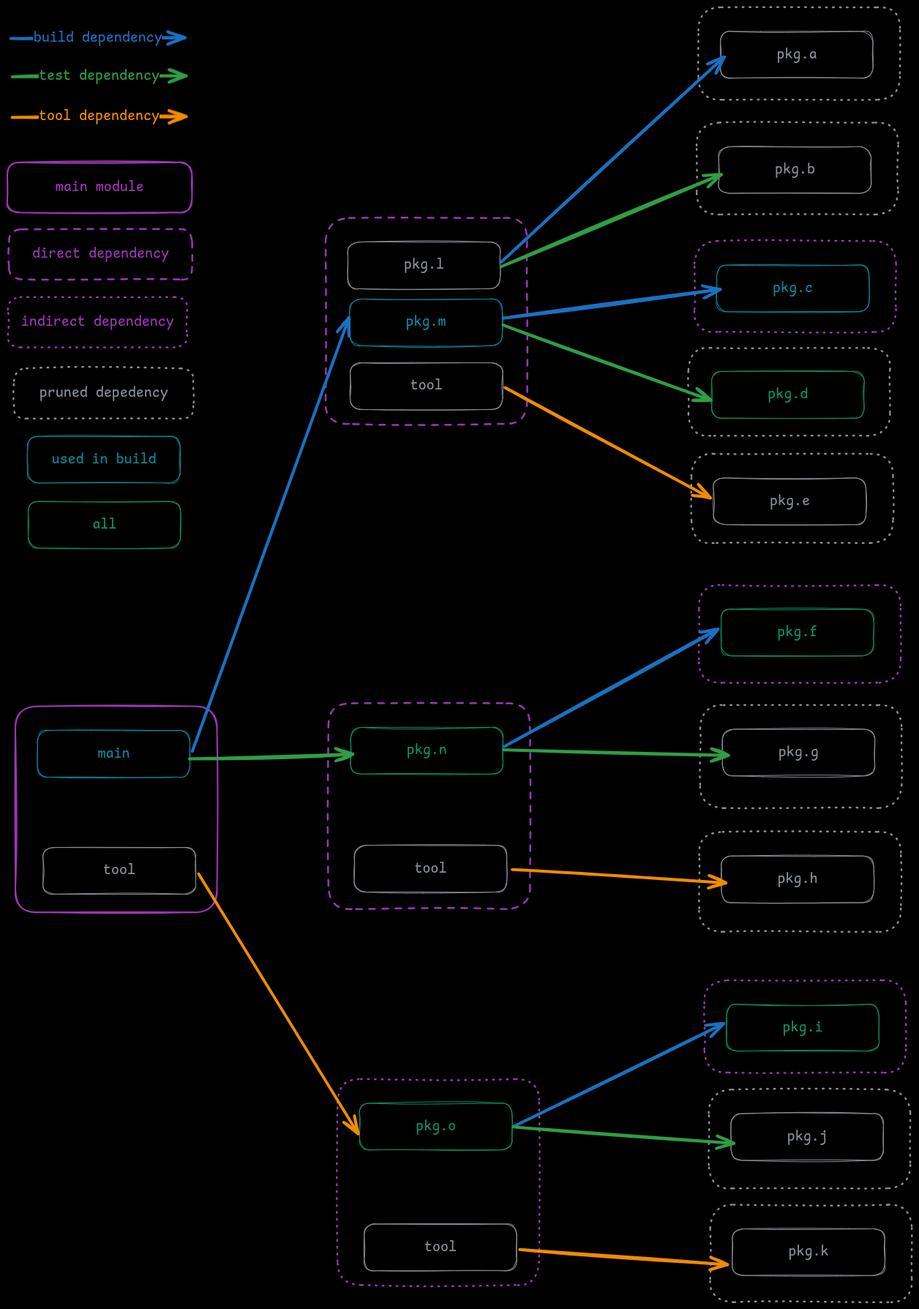
Earlier version of the Excalidraw export _web/seankhliao.com/src/static/pruned-module-graph.png (seankhliao/mono). Source tidied: one line per element, renumbered; positions are measured from the earlier drawing's top-left corner, leaving out a move shared by most shapes.
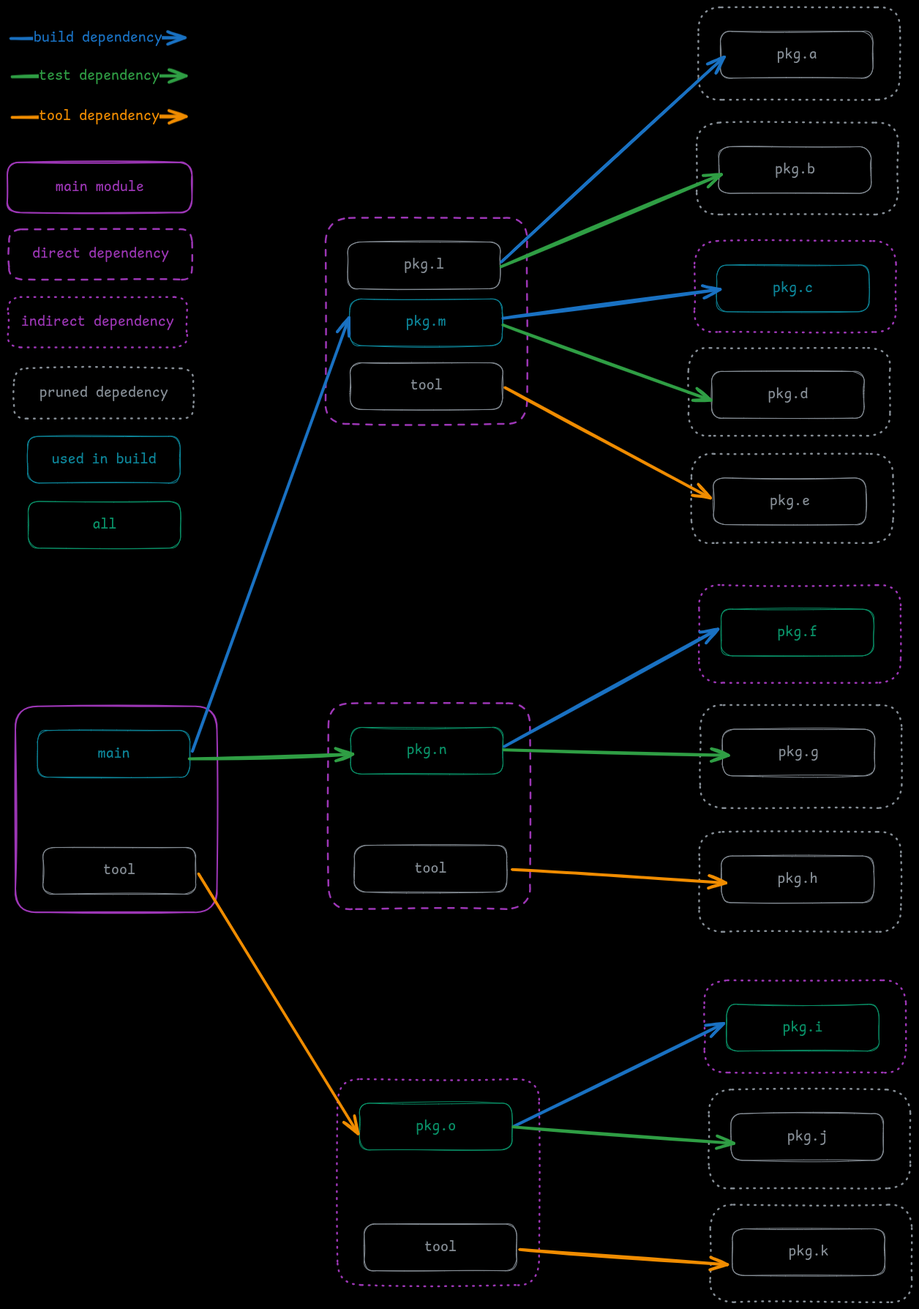
After the change.

Commit message:
_web/seankhliao.com/src/static: fix definition of all

Diff of the diagram source:
```diff
@@ -30,8 +30,8 @@
 {"id": 29, "type": "rectangle", "strokeColor": "#868e96", "strokeWidth": 1, "roughness": 1, "round": true, "x": 991, "y": 1669, "width": 208, "height": 64}
 {"id": 30, "type": "text", "text": "pkg.k", "strokeColor": "#868e96", "strokeWidth": 2, "roughness": 1, "fontSize": 20, "fontFamily": 8, "textAlign": "center", "verticalAlign": "middle", "inside": 29, "x": 1068, "y": 1688, "width": 55, "height": 25}
 {"id": 31, "type": "rectangle", "strokeColor": "#868e96", "strokeWidth": 2, "strokeStyle": "dotted", "roughness": 1, "round": true, "x": 961, "y": 1636, "width": 275, "height": 133}
-{"id": 32, "type": "rectangle", "strokeColor": "#099268", "strokeWidth": 1, "roughness": 1, "round": true, "x": 963, "y": 497, "width": 208, "height": 64}
+{"id": 32, "type": "rectangle", "strokeColor": "#868e96", "strokeWidth": 1, "roughness": 1, "round": true, "x": 963, "y": 497, "width": 208, "height": 64}
-{"id": 33, "type": "text", "text": "pkg.d", "strokeColor": "#099268", "strokeWidth": 2, "roughness": 1, "fontSize": 20, "fontFamily": 8, "textAlign": "center", "verticalAlign": "middle", "inside": 32, "x": 1039, "y": 517, "width": 55, "height": 25}
+{"id": 33, "type": "text", "text": "pkg.d", "strokeColor": "#868e96", "strokeWidth": 2, "roughness": 1, "fontSize": 20, "fontFamily": 8, "textAlign": "center", "verticalAlign": "middle", "inside": 32, "x": 1039, "y": 517, "width": 55, "height": 25}
 {"id": 34, "type": "rectangle", "strokeColor": "#868e96", "strokeWidth": 2, "strokeStyle": "dotted", "roughness": 1, "round": true, "x": 931, "y": 465, "width": 275, "height": 120}
 {"id": 35, "type": "rectangle", "strokeColor": "#0c8599", "strokeWidth": 1, "roughness": 1, "round": true, "x": 969, "y": 352, "width": 208, "height": 64}
 {"id": 36, "type": "text", "text": "pkg.c", "strokeColor": "#0c8599", "strokeWidth": 2, "roughness": 1, "fontSize": 20, "fontFamily": 8, "textAlign": "center", "verticalAlign": "middle", "inside": 35, "x": 1046, "y": 371, "width": 55, "height": 25}
```
